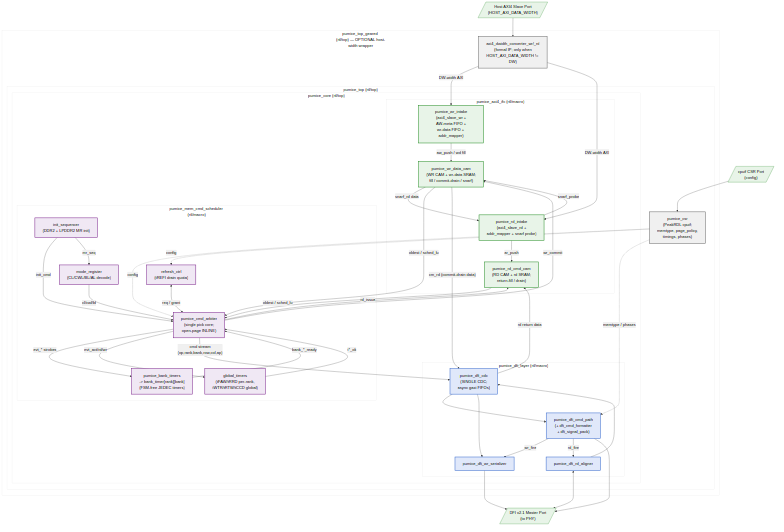
Before: projects/components/mem-ctrl-ip/research-ip/pumice-ddr2-lpddr2/docs/pumice_mas/assets/mermaid/01_top_fub_topology.png, a diagram exported from Mermaid (sean-galloway/RTLDesignSherpa). Its source is kept beside it as projects/components/mem-ctrl-ip/research-ip/pumice-ddr2-lpddr2/docs/pumice_mas/assets/mermaid/01_top_fub_topology.mmd.
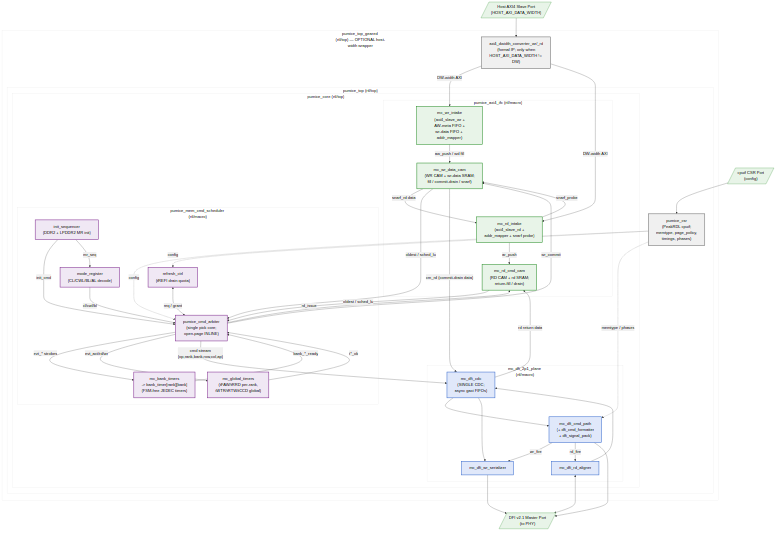
The same diagram one commit later.

Diff of the diagram source:
```diff
@@ -24,7 +24,7 @@
                     mode_reg["mode_register<br/>(CL/CWL/BL/AL decode)"]
                 end
 
-                subgraph DFI["mc_dfi_2p1_layer (rtl/macro)"]
+                subgraph DFI["mc_dfi_2p1_plane (rtl/macro)"]
                     dfi_cdc["mc_dfi_cdc<br/>(SINGLE CDC;<br/>async gaxi FIFOs)"]
                     dfi_cmd["mc_dfi_cmd_path<br/>(+ dfi_cmd_formatter<br/>+ dfi_signal_pack)"]
                     dfi_wr["mc_dfi_wr_serializer"]
```
